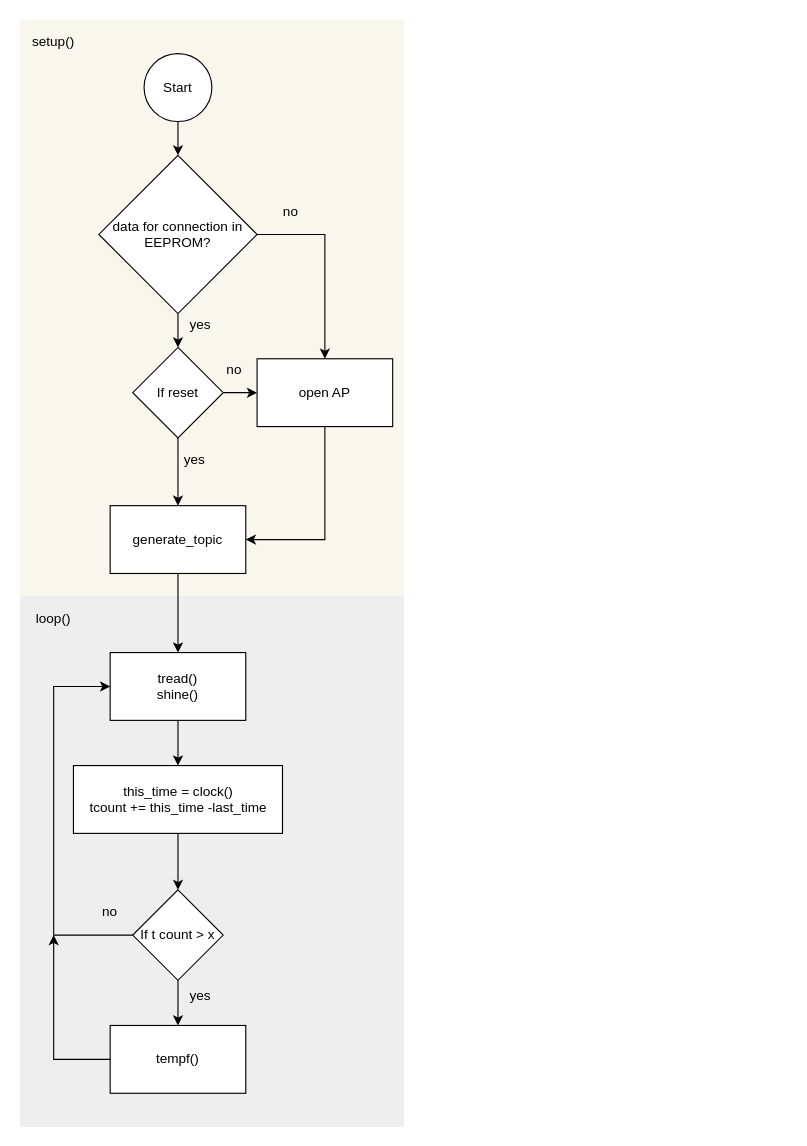
Before: Fachbericht/graphics/StatemaschineSensor.drawio in nussinussi/Projekt6Thesis, a draw.io diagram. Source tidied: cells renumbered, new cells numbered last; positions are measured from the earlier drawing's top-left corner, leaving out a move shared by most shapes. Both pictures are drawn from the tidied source at 113%, with x=0, y=0 at pixel (19, 19).
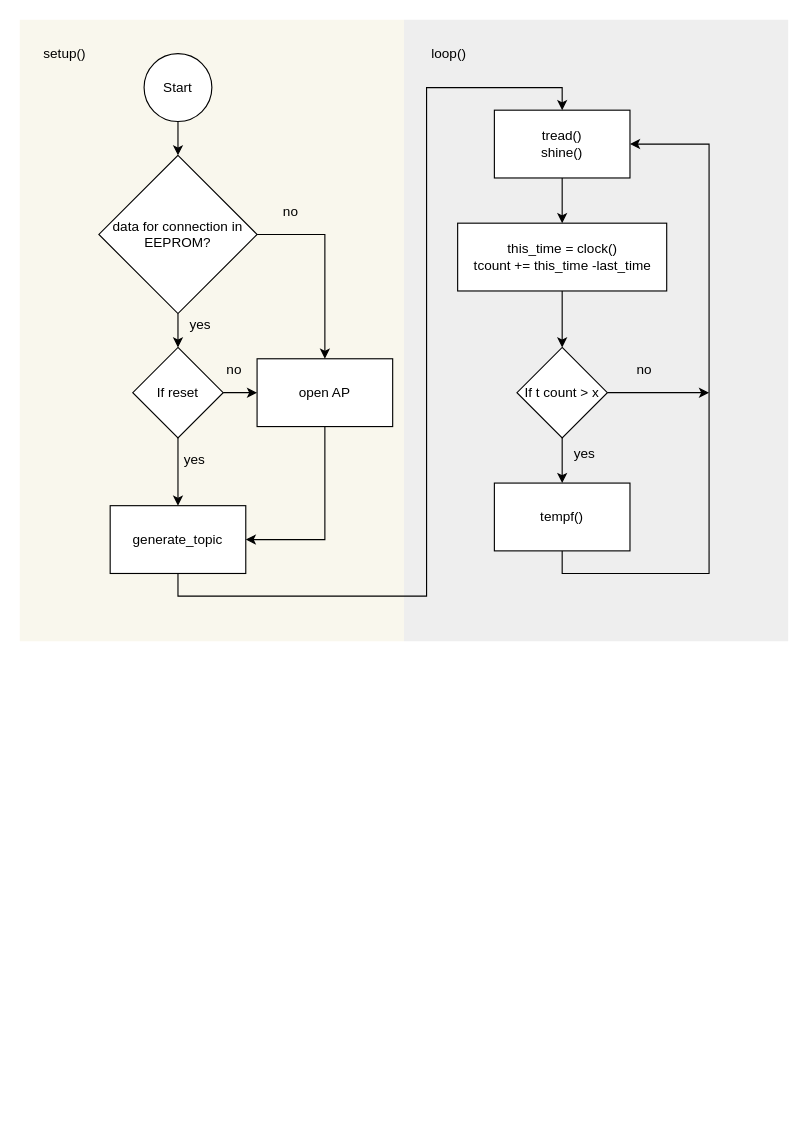
After the change.

Commit message (it also covers changes not shown here):
doku software sensor

The change refers to these unchanged cells:
```xml
<mxCell id="20" value="generate_topic" style="rounded=0;whiteSpace=wrap;html=1;" parent="1" vertex="1">
  <mxGeometry x="80" y="430" width="120" height="60" as="geometry" />
</mxCell>
```

What changed in the source:
```diff
@@
     <mxCell id="2" style="rounded=0;whiteSpace=wrap;html=1;strokeColor=none;fillColor=#f9f7ed;" parent="1" vertex="1">
-      <mxGeometry width="340" height="510" as="geometry" />
+      <mxGeometry width="340" height="550" as="geometry" />
     </mxCell>
     <mxCell id="3" style="rounded=0;whiteSpace=wrap;html=1;fillColor=#eeeeee;strokeColor=none;" parent="1" vertex="1">
-      <mxGeometry y="510" width="340" height="470" as="geometry" />
+      <mxGeometry x="340" width="340" height="550" as="geometry" />
     </mxCell>
@@
     <mxCell id="9" value="tread()&lt;br&gt;shine()" style="rounded=0;whiteSpace=wrap;html=1;" parent="1" vertex="1">
-      <mxGeometry x="80" y="560" width="120" height="60" as="geometry" />
+      <mxGeometry x="420" y="80" width="120" height="60" as="geometry" />
     </mxCell>
@@
     <mxCell id="11" value="this_time = clock()&lt;br&gt;tcount += this_time -last_time" style="rounded=0;whiteSpace=wrap;html=1;" parent="1" vertex="1">
-      <mxGeometry x="47.5" y="660" width="185" height="60" as="geometry" />
+      <mxGeometry x="387.5" y="180" width="185" height="60" as="geometry" />
     </mxCell>
-    <mxCell id="12" style="edgeStyle=orthogonalEdgeStyle;rounded=0;jettySize=auto;html=1;entryX=0;entryY=0.5;entryDx=0;entryDy=0;" parent="1" edge="1" source="14" target="9">
-      <mxGeometry relative="1" as="geometry">
-        <Array as="points">
-          <mxPoint x="30" y="810" />
-          <mxPoint x="30" y="590" />
-        </Array>
-      </mxGeometry>
-    </mxCell>
@@
+    <mxCell id="39" style="edgeStyle=orthogonalEdgeStyle;rounded=0;jettySize=auto;html=1;" parent="1" edge="1" source="14">
+      <mxGeometry relative="1" as="geometry">
+        <mxPoint x="610" y="330" as="targetPoint" />
+      </mxGeometry>
+    </mxCell>
     <mxCell id="14" value="If t count &amp;gt; x" style="rhombus;whiteSpace=wrap;html=1;" parent="1" vertex="1">
-      <mxGeometry x="100" y="770" width="80" height="80" as="geometry" />
+      <mxGeometry x="440" y="290" width="80" height="80" as="geometry" />
     </mxCell>
-    <mxCell id="15" style="edgeStyle=orthogonalEdgeStyle;rounded=0;jettySize=auto;html=1;" parent="1" edge="1" source="16">
-      <mxGeometry relative="1" as="geometry">
-        <mxPoint x="30" y="810" as="targetPoint" />
-        <Array as="points">
-          <mxPoint x="30" y="920" />
-        </Array>
-      </mxGeometry>
-    </mxCell>
+    <mxCell id="40" style="edgeStyle=orthogonalEdgeStyle;rounded=0;jettySize=auto;html=1;exitX=0.5;exitY=1;exitDx=0;exitDy=0;entryX=1;entryY=0.5;entryDx=0;entryDy=0;" parent="1" edge="1" source="16" target="9">
+      <mxGeometry relative="1" as="geometry">
+        <Array as="points">
+          <mxPoint x="480" y="490" />
+          <mxPoint x="610" y="490" />
+          <mxPoint x="610" y="110" />
+        </Array>
+      </mxGeometry>
+    </mxCell>
     <mxCell id="16" value="tempf()" style="rounded=0;whiteSpace=wrap;html=1;" parent="1" vertex="1">
-      <mxGeometry x="80" y="890" width="120" height="60" as="geometry" />
+      <mxGeometry x="420" y="410" width="120" height="60" as="geometry" />
     </mxCell>
-    <mxCell id="17" value="loop()" style="text;html=1;strokeColor=none;fillColor=none;align=center;verticalAlign=middle;whiteSpace=wrap;rounded=0;" parent="1" vertex="1">
-      <mxGeometry x="10" y="520" width="40" height="20" as="geometry" />
-    </mxCell>
     <mxCell id="18" value="setup()" style="text;html=1;strokeColor=none;fillColor=none;align=center;verticalAlign=middle;whiteSpace=wrap;rounded=0;" parent="1" vertex="1">
-      <mxGeometry x="10" y="10" width="40" height="20" as="geometry" />
+      <mxGeometry x="20" y="20" width="40" height="20" as="geometry" />
     </mxCell>
-    <mxCell id="19" style="edgeStyle=orthogonalEdgeStyle;rounded=0;jettySize=auto;html=1;exitX=0.5;exitY=1;exitDx=0;exitDy=0;" parent="1" edge="1" source="20" target="9">
-      <mxGeometry relative="1" as="geometry" />
+    <mxCell id="19" style="edgeStyle=orthogonalEdgeStyle;rounded=0;jettySize=auto;html=1;exitX=0.5;exitY=1;exitDx=0;exitDy=0;entryX=0.5;entryY=0;entryDx=0;entryDy=0;" parent="1" edge="1" source="20" target="9">
+      <mxGeometry relative="1" as="geometry">
+        <Array as="points">
+          <mxPoint x="140" y="510" />
+          <mxPoint x="360" y="510" />
+          <mxPoint x="360" y="60" />
+          <mxPoint x="480" y="60" />
+        </Array>
+      </mxGeometry>
     </mxCell>
@@
     <mxCell id="37" value="yes" style="text;html=1;strokeColor=none;fillColor=none;align=center;verticalAlign=middle;whiteSpace=wrap;rounded=0;" parent="1" vertex="1">
-      <mxGeometry x="140" y="854" width="40" height="20" as="geometry" />
+      <mxGeometry x="480" y="374" width="40" height="20" as="geometry" />
     </mxCell>
     <mxCell id="38" value="no" style="text;html=1;strokeColor=none;fillColor=none;align=center;verticalAlign=middle;whiteSpace=wrap;rounded=0;" parent="1" vertex="1">
-      <mxGeometry x="60" y="780" width="40" height="20" as="geometry" />
+      <mxGeometry x="532.5" y="300" width="40" height="20" as="geometry" />
     </mxCell>
+    <mxCell id="17" value="loop()" style="text;html=1;strokeColor=none;fillColor=none;align=center;verticalAlign=middle;whiteSpace=wrap;rounded=0;" parent="1" vertex="1">
+      <mxGeometry x="360" y="20" width="40" height="20" as="geometry" />
+    </mxCell>
```
